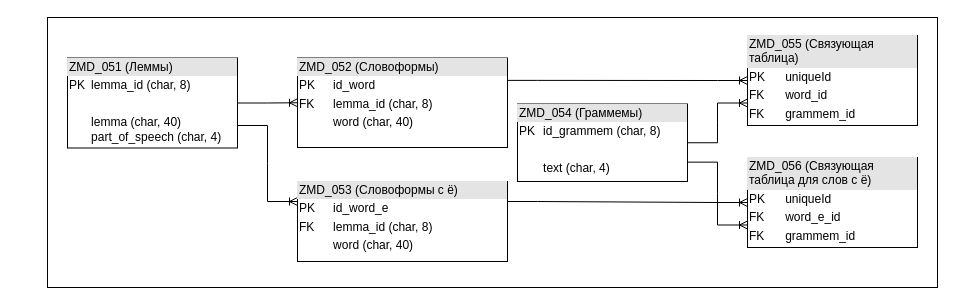
This is Schema_Table.drawio from vdhudenkih/Diagrams, a draw.io file, before an edit. Source tidied: cells renumbered, new cells numbered last; positions are measured from the earlier drawing's top-left corner, leaving out a move shared by most shapes. Both pictures are drawn from the tidied source at 100%, with x=0, y=0 at pixel (17, 17).
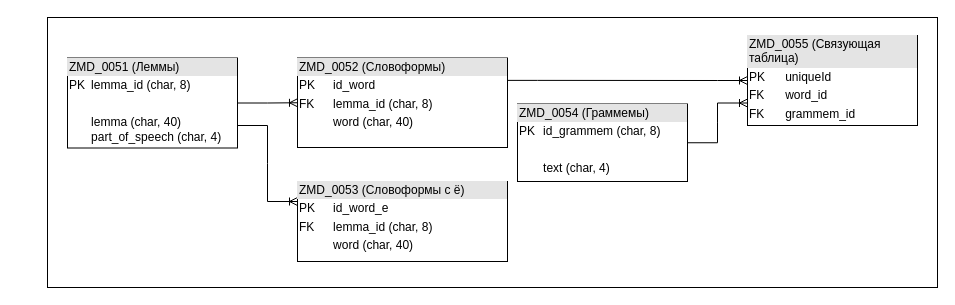
The same page after the edit.

Diff of the diagram source:
```diff
@@
 <mxGraphModel>
   <root>
     <mxCell id="0" />
     <mxCell id="1" parent="0" />
     <mxCell id="2" style="rounded=0;whiteSpace=wrap;html=1;" parent="1" vertex="1">
       <mxGeometry x="30" width="890" height="270" as="geometry" />
     </mxCell>
     <mxCell id="3" style="shape=tableRow;horizontal=0;startSize=0;swimlaneHead=0;swimlaneBody=0;fillColor=none;top=0;left=0;right=0;bottom=0;" parent="1" vertex="1">
       <mxGeometry y="180" width="180" height="35" as="geometry" />
     </mxCell>
     <mxCell id="4" style="shape=partialRectangle;fillColor=none;top=0;left=0;bottom=0;right=0;overflow=hidden;whiteSpace=wrap;html=1;" parent="3" vertex="1">
       <mxGeometry width="30" height="35" as="geometry" />
     </mxCell>
-    <mxCell id="5" value="&lt;div style=&quot;box-sizing: border-box; width: 100%; background: rgb(228, 228, 228); padding: 2px;&quot;&gt;ZMD_052 (Словоформы)&lt;/div&gt;&lt;table style=&quot;width:100%;font-size:1em;&quot; cellpadding=&quot;2&quot; cellspacing=&quot;0&quot;&gt;&lt;tbody&gt;&lt;tr&gt;&lt;td&gt;PK&lt;/td&gt;&lt;td&gt;id_word&lt;/td&gt;&lt;/tr&gt;&lt;tr&gt;&lt;td&gt;FK&lt;/td&gt;&lt;td&gt;lemma_id (char, 8)&lt;/td&gt;&lt;/tr&gt;&lt;tr&gt;&lt;td&gt;&lt;/td&gt;&lt;td&gt;word (char, 40)&lt;br&gt;&lt;br&gt;&lt;/td&gt;&lt;/tr&gt;&lt;/tbody&gt;&lt;/table&gt;" style="verticalAlign=top;align=left;overflow=fill;html=1;whiteSpace=wrap;" parent="1" vertex="1">
+    <mxCell id="5" value="&lt;div style=&quot;box-sizing: border-box; width: 100%; background: rgb(228, 228, 228); padding: 2px;&quot;&gt;ZMD_0052 (Словоформы)&lt;/div&gt;&lt;table style=&quot;width:100%;font-size:1em;&quot; cellpadding=&quot;2&quot; cellspacing=&quot;0&quot;&gt;&lt;tbody&gt;&lt;tr&gt;&lt;td&gt;PK&lt;/td&gt;&lt;td&gt;id_word&lt;/td&gt;&lt;/tr&gt;&lt;tr&gt;&lt;td&gt;FK&lt;/td&gt;&lt;td&gt;lemma_id (char, 8)&lt;/td&gt;&lt;/tr&gt;&lt;tr&gt;&lt;td&gt;&lt;/td&gt;&lt;td&gt;word (char, 40)&lt;br&gt;&lt;br&gt;&lt;/td&gt;&lt;/tr&gt;&lt;/tbody&gt;&lt;/table&gt;" style="verticalAlign=top;align=left;overflow=fill;html=1;whiteSpace=wrap;" parent="1" vertex="1">
       <mxGeometry x="280" y="40.5" width="210" height="89.5" as="geometry" />
     </mxCell>
-    <mxCell id="6" value="&lt;div style=&quot;box-sizing: border-box; width: 100%; background: rgb(228, 228, 228); padding: 2px;&quot;&gt;ZMD_051 (Леммы)&lt;/div&gt;&lt;table style=&quot;width:100%;font-size:1em;&quot; cellpadding=&quot;2&quot; cellspacing=&quot;0&quot;&gt;&lt;tbody&gt;&lt;tr&gt;&lt;td&gt;PK&lt;/td&gt;&lt;td&gt;lemma_id (char, 8)&lt;/td&gt;&lt;/tr&gt;&lt;tr&gt;&lt;td&gt;&lt;br&gt;&lt;/td&gt;&lt;td&gt;&lt;br&gt;&lt;/td&gt;&lt;/tr&gt;&lt;tr&gt;&lt;td&gt;&lt;/td&gt;&lt;td&gt;lemma (char, 40)&lt;br&gt;part_of_speech (char, 4)&lt;/td&gt;&lt;/tr&gt;&lt;/tbody&gt;&lt;/table&gt;" style="verticalAlign=top;align=left;overflow=fill;html=1;whiteSpace=wrap;" parent="1" vertex="1">
+    <mxCell id="6" value="&lt;div style=&quot;box-sizing: border-box; width: 100%; background: rgb(228, 228, 228); padding: 2px;&quot;&gt;ZMD_0051 (Леммы)&lt;/div&gt;&lt;table style=&quot;width:100%;font-size:1em;&quot; cellpadding=&quot;2&quot; cellspacing=&quot;0&quot;&gt;&lt;tbody&gt;&lt;tr&gt;&lt;td&gt;PK&lt;/td&gt;&lt;td&gt;lemma_id (char, 8)&lt;/td&gt;&lt;/tr&gt;&lt;tr&gt;&lt;td&gt;&lt;br&gt;&lt;/td&gt;&lt;td&gt;&lt;br&gt;&lt;/td&gt;&lt;/tr&gt;&lt;tr&gt;&lt;td&gt;&lt;/td&gt;&lt;td&gt;lemma (char, 40)&lt;br&gt;part_of_speech (char, 4)&lt;/td&gt;&lt;/tr&gt;&lt;/tbody&gt;&lt;/table&gt;" style="verticalAlign=top;align=left;overflow=fill;html=1;whiteSpace=wrap;" parent="1" vertex="1">
       <mxGeometry x="50" y="40.5" width="170" height="90" as="geometry" />
     </mxCell>
     <mxCell id="7" style="edgeStyle=entityRelationEdgeStyle;fontSize=12;html=1;endArrow=ERoneToMany;rounded=0;exitX=1;exitY=0.5;exitDx=0;exitDy=0;entryX=0;entryY=0.5;entryDx=0;entryDy=0;" parent="1" edge="1" source="6" target="5">
       <mxGeometry relative="1" as="geometry" />
     </mxCell>
     <mxCell id="8" style="edgeStyle=entityRelationEdgeStyle;fontSize=12;html=1;endArrow=ERoneToMany;rounded=0;exitX=1;exitY=0.75;exitDx=0;exitDy=0;entryX=0;entryY=0.25;entryDx=0;entryDy=0;" parent="1" edge="1" source="6" target="9">
       <mxGeometry relative="1" as="geometry" />
     </mxCell>
-    <mxCell id="9" value="&lt;div style=&quot;box-sizing: border-box; width: 100%; background: rgb(228, 228, 228); padding: 2px;&quot;&gt;ZMD_053 (Словоформы с ё)&lt;/div&gt;&lt;table style=&quot;width:100%;font-size:1em;&quot; cellpadding=&quot;2&quot; cellspacing=&quot;0&quot;&gt;&lt;tbody&gt;&lt;tr&gt;&lt;td&gt;PK&lt;/td&gt;&lt;td&gt;id_word_e&lt;/td&gt;&lt;/tr&gt;&lt;tr&gt;&lt;td&gt;FK&lt;/td&gt;&lt;td&gt;lemma_id (char, 8)&lt;/td&gt;&lt;/tr&gt;&lt;tr&gt;&lt;td&gt;&lt;/td&gt;&lt;td&gt;word (char, 40)&lt;br&gt;&lt;br&gt;&lt;/td&gt;&lt;/tr&gt;&lt;/tbody&gt;&lt;/table&gt;" style="verticalAlign=top;align=left;overflow=fill;html=1;whiteSpace=wrap;" parent="1" vertex="1">
+    <mxCell id="9" value="&lt;div style=&quot;box-sizing: border-box; width: 100%; background: rgb(228, 228, 228); padding: 2px;&quot;&gt;ZMD_0053 (Словоформы с ё)&lt;/div&gt;&lt;table style=&quot;width:100%;font-size:1em;&quot; cellpadding=&quot;2&quot; cellspacing=&quot;0&quot;&gt;&lt;tbody&gt;&lt;tr&gt;&lt;td&gt;PK&lt;/td&gt;&lt;td&gt;id_word_e&lt;/td&gt;&lt;/tr&gt;&lt;tr&gt;&lt;td&gt;FK&lt;/td&gt;&lt;td&gt;lemma_id (char, 8)&lt;/td&gt;&lt;/tr&gt;&lt;tr&gt;&lt;td&gt;&lt;/td&gt;&lt;td&gt;word (char, 40)&lt;br&gt;&lt;br&gt;&lt;/td&gt;&lt;/tr&gt;&lt;/tbody&gt;&lt;/table&gt;" style="verticalAlign=top;align=left;overflow=fill;html=1;whiteSpace=wrap;" parent="1" vertex="1">
       <mxGeometry x="280" y="164" width="210" height="80" as="geometry" />
     </mxCell>
-    <mxCell id="10" value="&lt;div style=&quot;box-sizing: border-box; width: 100%; background: rgb(228, 228, 228); padding: 2px;&quot;&gt;ZMD_054 (Граммемы)&lt;/div&gt;&lt;table style=&quot;width:100%;font-size:1em;&quot; cellpadding=&quot;2&quot; cellspacing=&quot;0&quot;&gt;&lt;tbody&gt;&lt;tr&gt;&lt;td&gt;PK&lt;/td&gt;&lt;td&gt;id_grammem (char, 8)&lt;/td&gt;&lt;/tr&gt;&lt;tr&gt;&lt;td&gt;&lt;br&gt;&lt;/td&gt;&lt;td&gt;&lt;br&gt;&lt;/td&gt;&lt;/tr&gt;&lt;tr&gt;&lt;td&gt;&lt;br&gt;&lt;/td&gt;&lt;td&gt;text (char, 4)&lt;br&gt;&lt;br&gt;&lt;/td&gt;&lt;/tr&gt;&lt;/tbody&gt;&lt;/table&gt;" style="verticalAlign=top;align=left;overflow=fill;html=1;whiteSpace=wrap;" parent="1" vertex="1">
+    <mxCell id="10" value="&lt;div style=&quot;box-sizing: border-box; width: 100%; background: rgb(228, 228, 228); padding: 2px;&quot;&gt;ZMD_0054 (Граммемы)&lt;/div&gt;&lt;table style=&quot;width:100%;font-size:1em;&quot; cellpadding=&quot;2&quot; cellspacing=&quot;0&quot;&gt;&lt;tbody&gt;&lt;tr&gt;&lt;td&gt;PK&lt;/td&gt;&lt;td&gt;id_grammem (char, 8)&lt;/td&gt;&lt;/tr&gt;&lt;tr&gt;&lt;td&gt;&lt;br&gt;&lt;/td&gt;&lt;td&gt;&lt;br&gt;&lt;/td&gt;&lt;/tr&gt;&lt;tr&gt;&lt;td&gt;&lt;br&gt;&lt;/td&gt;&lt;td&gt;text (char, 4)&lt;br&gt;&lt;br&gt;&lt;/td&gt;&lt;/tr&gt;&lt;/tbody&gt;&lt;/table&gt;" style="verticalAlign=top;align=left;overflow=fill;html=1;whiteSpace=wrap;" parent="1" vertex="1">
       <mxGeometry x="500" y="86.5" width="170" height="77.5" as="geometry" />
     </mxCell>
-    <mxCell id="11" value="&lt;div style=&quot;box-sizing: border-box; width: 100%; background: rgb(228, 228, 228); padding: 2px;&quot;&gt;ZMD_055 (Связующая таблица)&lt;/div&gt;&lt;table style=&quot;width:100%;font-size:1em;&quot; cellpadding=&quot;2&quot; cellspacing=&quot;0&quot;&gt;&lt;tbody&gt;&lt;tr&gt;&lt;td&gt;PK&lt;/td&gt;&lt;td&gt;uniqueId&amp;nbsp;&lt;/td&gt;&lt;/tr&gt;&lt;tr&gt;&lt;td&gt;FK&lt;/td&gt;&lt;td&gt;word_id&lt;/td&gt;&lt;/tr&gt;&lt;tr&gt;&lt;td&gt;FK&lt;/td&gt;&lt;td&gt;grammem_id&lt;/td&gt;&lt;/tr&gt;&lt;/tbody&gt;&lt;/table&gt;" style="verticalAlign=top;align=left;overflow=fill;html=1;whiteSpace=wrap;" parent="1" vertex="1">
+    <mxCell id="11" value="&lt;div style=&quot;box-sizing: border-box; width: 100%; background: rgb(228, 228, 228); padding: 2px;&quot;&gt;ZMD_0055 (Связующая таблица)&lt;/div&gt;&lt;table style=&quot;width:100%;font-size:1em;&quot; cellpadding=&quot;2&quot; cellspacing=&quot;0&quot;&gt;&lt;tbody&gt;&lt;tr&gt;&lt;td&gt;PK&lt;/td&gt;&lt;td&gt;uniqueId&amp;nbsp;&lt;/td&gt;&lt;/tr&gt;&lt;tr&gt;&lt;td&gt;FK&lt;/td&gt;&lt;td&gt;word_id&lt;/td&gt;&lt;/tr&gt;&lt;tr&gt;&lt;td&gt;FK&lt;/td&gt;&lt;td&gt;grammem_id&lt;/td&gt;&lt;/tr&gt;&lt;/tbody&gt;&lt;/table&gt;" style="verticalAlign=top;align=left;overflow=fill;html=1;whiteSpace=wrap;" parent="1" vertex="1">
       <mxGeometry x="730" y="18" width="170" height="90" as="geometry" />
     </mxCell>
-    <mxCell id="12" value="&lt;div style=&quot;box-sizing: border-box; width: 100%; background: rgb(228, 228, 228); padding: 2px;&quot;&gt;ZMD_056 (Связующая таблица для слов с ё)&lt;/div&gt;&lt;table style=&quot;width:100%;font-size:1em;&quot; cellpadding=&quot;2&quot; cellspacing=&quot;0&quot;&gt;&lt;tbody&gt;&lt;tr&gt;&lt;td&gt;PK&lt;/td&gt;&lt;td&gt;uniqueId&amp;nbsp;&lt;/td&gt;&lt;/tr&gt;&lt;tr&gt;&lt;td&gt;FK&lt;/td&gt;&lt;td&gt;word_e_id&lt;/td&gt;&lt;/tr&gt;&lt;tr&gt;&lt;td&gt;FK&lt;/td&gt;&lt;td&gt;grammem_id&lt;/td&gt;&lt;/tr&gt;&lt;/tbody&gt;&lt;/table&gt;" style="verticalAlign=top;align=left;overflow=fill;html=1;whiteSpace=wrap;" parent="1" vertex="1">
-      <mxGeometry x="730" y="140" width="170" height="90" as="geometry" />
-    </mxCell>
     <mxCell id="13" style="edgeStyle=entityRelationEdgeStyle;fontSize=12;html=1;endArrow=ERoneToMany;rounded=0;exitX=1;exitY=0.25;exitDx=0;exitDy=0;entryX=0;entryY=0.5;entryDx=0;entryDy=0;" parent="1" edge="1" source="5" target="11">
       <mxGeometry relative="1" as="geometry" />
     </mxCell>
-    <mxCell id="14" style="edgeStyle=entityRelationEdgeStyle;fontSize=12;html=1;endArrow=ERoneToMany;rounded=0;exitX=1;exitY=0.25;exitDx=0;exitDy=0;entryX=0;entryY=0.5;entryDx=0;entryDy=0;" parent="1" edge="1" source="9" target="12">
-      <mxGeometry relative="1" as="geometry" />
-    </mxCell>
-    <mxCell id="15" style="edgeStyle=entityRelationEdgeStyle;fontSize=12;html=1;endArrow=ERoneToMany;rounded=0;exitX=1;exitY=0.75;exitDx=0;exitDy=0;entryX=0;entryY=0.75;entryDx=0;entryDy=0;" parent="1" edge="1" source="10" target="12">
-      <mxGeometry relative="1" as="geometry" />
-    </mxCell>
     <mxCell id="16" style="edgeStyle=entityRelationEdgeStyle;fontSize=12;html=1;endArrow=ERoneToMany;rounded=0;exitX=1;exitY=0.5;exitDx=0;exitDy=0;entryX=0;entryY=0.75;entryDx=0;entryDy=0;" parent="1" edge="1" source="10" target="11">
       <mxGeometry relative="1" as="geometry" />
     </mxCell>
   </root>
 </mxGraphModel>
```
